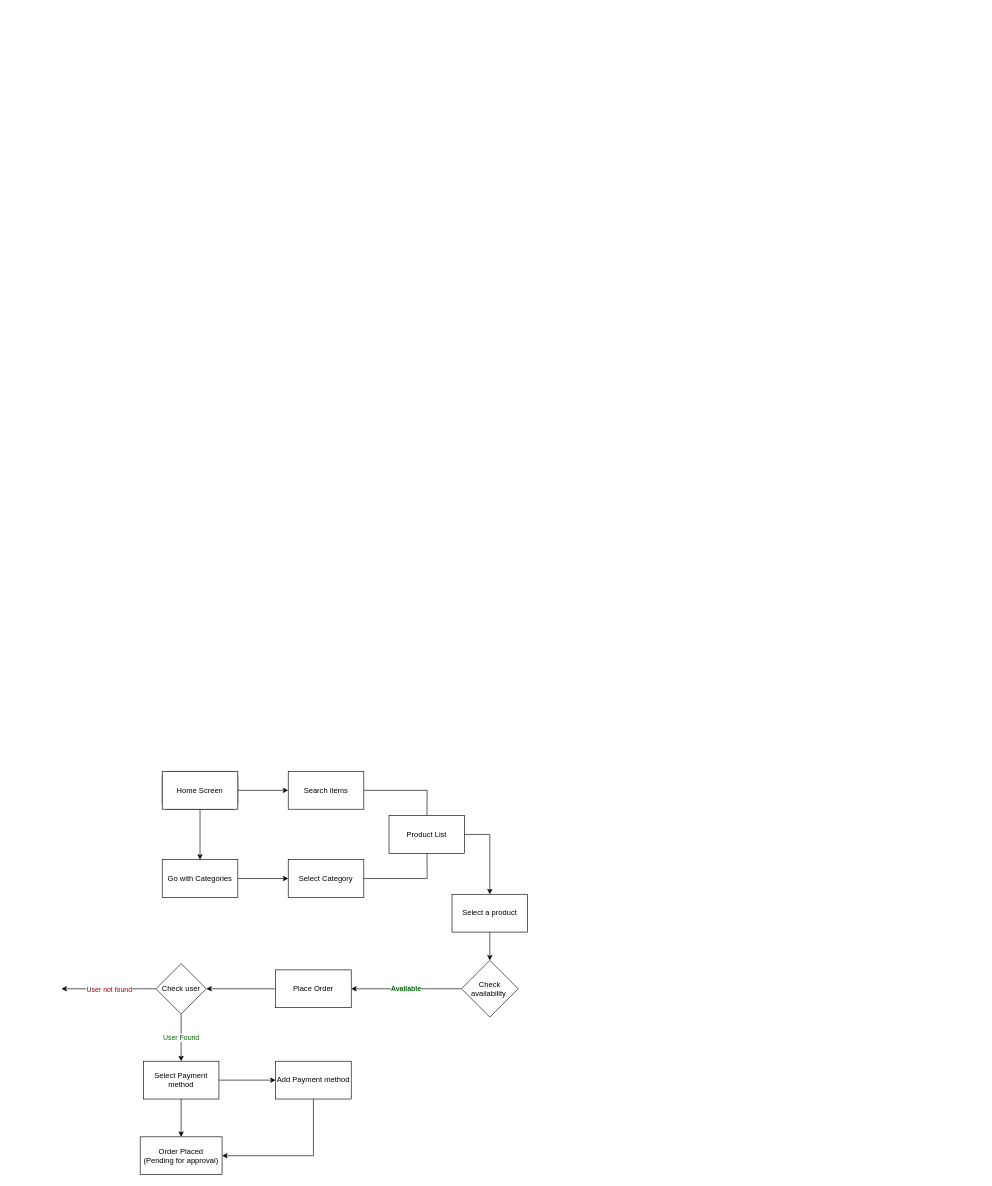
This is Rentlou.drawio from hmmujahid/Drawio, a draw.io file, before an edit. Source tidied: cells renumbered, new cells numbered last; positions are measured from the earlier drawing's top-left corner, leaving out a move shared by most shapes. Both pictures are drawn from the tidied source at 63%, with x=0, y=0 at pixel (61, 771).
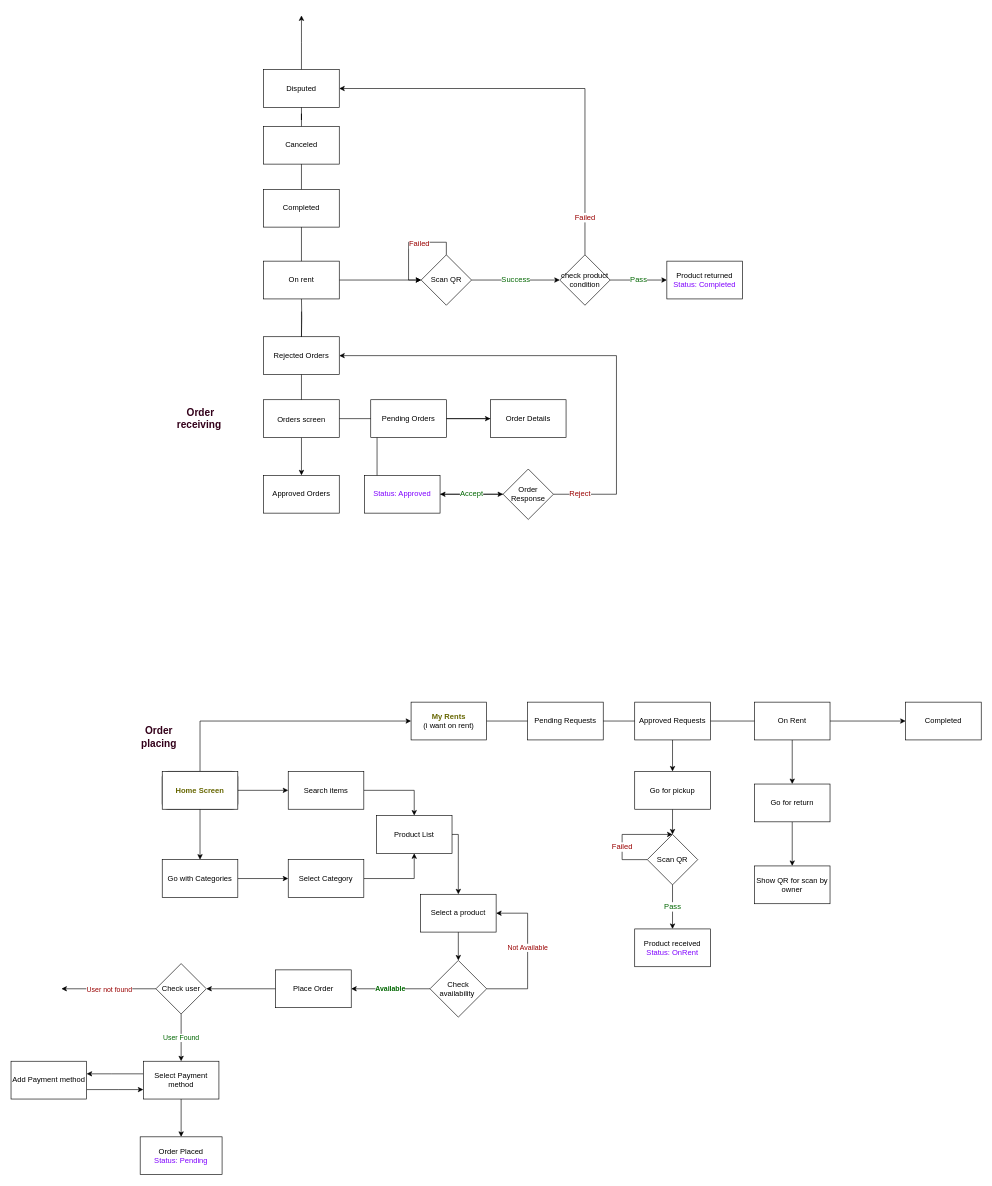
Above is the later version.

Unchanged cells that the change refers to:
```xml
<mxCell id="7" value="Search items" style="rounded=0;whiteSpace=wrap;html=1;" parent="1" vertex="1">
  <mxGeometry x="360" width="120" height="60" as="geometry" />
</mxCell>
<mxCell id="11" value="Select Category" style="whiteSpace=wrap;html=1;rounded=0;" parent="1" vertex="1">
  <mxGeometry x="360" y="140" width="120" height="60" as="geometry" />
</mxCell>
<mxCell id="26" value="&lt;font color=&quot;#000000&quot;&gt;Select Payment method&lt;/font&gt;" style="rounded=0;whiteSpace=wrap;html=1;fontColor=#006600;" parent="1" vertex="1">
  <mxGeometry x="130" y="460" width="120" height="60" as="geometry" />
</mxCell>
```

The edit, as a diff of the source:
```diff
@@
+    <mxCell id="30" style="edgeStyle=orthogonalEdgeStyle;rounded=0;jettySize=auto;html=1;fontSize=12;fontColor=#000000;strokeWidth=1;" parent="1" edge="1" source="5" target="48">
+      <mxGeometry relative="1" as="geometry">
+        <Array as="points">
+          <mxPoint x="220" y="-80" />
+        </Array>
+      </mxGeometry>
+    </mxCell>
-    <mxCell id="5" value="Home Screen" style="rounded=0;whiteSpace=wrap;html=1;" parent="1" vertex="1">
+    <mxCell id="5" value="&lt;b&gt;&lt;font color=&quot;#666600&quot;&gt;Home Screen&lt;/font&gt;&lt;/b&gt;" style="rounded=0;whiteSpace=wrap;html=1;" parent="1" vertex="1">
       <mxGeometry x="160" width="120" height="60" as="geometry" />
     </mxCell>
-    <mxCell id="6" style="edgeStyle=orthogonalEdgeStyle;rounded=0;jettySize=auto;html=1;" parent="1" edge="1" source="7">
-      <mxGeometry relative="1" as="geometry">
-        <mxPoint x="580" y="90" as="targetPoint" />
-      </mxGeometry>
+    <mxCell id="6" style="edgeStyle=orthogonalEdgeStyle;rounded=0;jettySize=auto;html=1;entryX=0.5;entryY=0;entryDx=0;entryDy=0;" parent="1" edge="1" source="7" target="16">
+      <mxGeometry relative="1" as="geometry" />
     </mxCell>
@@
-    <mxCell id="10" style="edgeStyle=orthogonalEdgeStyle;rounded=0;jettySize=auto;html=1;" parent="1" edge="1" source="11">
-      <mxGeometry relative="1" as="geometry">
-        <mxPoint x="580" y="90" as="targetPoint" />
-      </mxGeometry>
+    <mxCell id="10" style="edgeStyle=orthogonalEdgeStyle;rounded=0;jettySize=auto;html=1;entryX=0.5;entryY=1;entryDx=0;entryDy=0;" parent="1" edge="1" source="11" target="16">
+      <mxGeometry relative="1" as="geometry" />
     </mxCell>
@@
-    <mxCell id="12" style="edgeStyle=orthogonalEdgeStyle;rounded=0;jettySize=auto;html=1;" parent="1" edge="1" source="13" target="15">
+    <mxCell id="12" style="edgeStyle=orthogonalEdgeStyle;rounded=0;jettySize=auto;html=1;entryX=0.5;entryY=0;entryDx=0;entryDy=0;" parent="1" edge="1" source="13" target="15">
       <mxGeometry relative="1" as="geometry">
         <Array as="points">
-          <mxPoint x="580" y="100" />
-          <mxPoint x="680" y="100" />
+          <mxPoint x="560" y="100" />
+          <mxPoint x="630" y="100" />
         </Array>
       </mxGeometry>
     </mxCell>
     <mxCell id="13" style="shape=waypoint;sketch=0;size=6;points=[];fillColor=none;perimeter=centerPerimeter;snapToPoint=1;" parent="1" vertex="1">
-      <mxGeometry x="560" y="70" width="40" height="40" as="geometry" />
+      <mxGeometry x="540" y="70" width="40" height="40" as="geometry" />
     </mxCell>
@@
     <mxCell id="15" value="Select a product" style="rounded=0;whiteSpace=wrap;html=1;" parent="1" vertex="1">
-      <mxGeometry x="620" y="195" width="120" height="60" as="geometry" />
+      <mxGeometry x="570" y="195" width="120" height="60" as="geometry" />
     </mxCell>
     <mxCell id="16" value="Product List" style="rounded=0;whiteSpace=wrap;html=1;" parent="1" vertex="1">
-      <mxGeometry x="520" y="70" width="120" height="60" as="geometry" />
+      <mxGeometry x="500" y="70" width="120" height="60" as="geometry" />
     </mxCell>
@@
+    <mxCell id="31" value="&lt;font color=&quot;#990000&quot;&gt;Not Available&lt;/font&gt;" style="edgeStyle=orthogonalEdgeStyle;rounded=0;jettySize=auto;html=1;entryX=1;entryY=0.5;entryDx=0;entryDy=0;fontColor=#000000;" parent="1" edge="1" source="18" target="15">
+      <mxGeometry x="0.11" relative="1" as="geometry">
+        <Array as="points">
+          <mxPoint x="740" y="345" />
+          <mxPoint x="740" y="225" />
+        </Array>
+      </mxGeometry>
+    </mxCell>
     <mxCell id="18" value="Check availability&amp;nbsp;" style="rhombus;whiteSpace=wrap;html=1;" parent="1" vertex="1">
-      <mxGeometry x="635" y="300" width="90" height="90" as="geometry" />
+      <mxGeometry x="585" y="300" width="90" height="90" as="geometry" />
     </mxCell>
@@
     <mxCell id="25" style="edgeStyle=orthogonalEdgeStyle;rounded=0;jettySize=auto;html=1;fontColor=#000000;" parent="1" edge="1" source="26" target="29">
-      <mxGeometry relative="1" as="geometry" />
+      <mxGeometry relative="1" as="geometry">
+        <Array as="points">
+          <mxPoint x="80" y="480" />
+          <mxPoint x="80" y="480" />
+        </Array>
+      </mxGeometry>
     </mxCell>
@@
-    <mxCell id="27" value="Order Placed&lt;br&gt;(Pending for approval)" style="rounded=0;whiteSpace=wrap;html=1;fontColor=#000000;" parent="1" vertex="1">
+    <mxCell id="27" value="Order Placed&lt;br&gt;&lt;font color=&quot;#7f00ff&quot;&gt;Status: Pending&lt;/font&gt;" style="rounded=0;whiteSpace=wrap;html=1;fontColor=#000000;" parent="1" vertex="1">
       <mxGeometry x="125" y="580" width="130" height="60" as="geometry" />
     </mxCell>
-    <mxCell id="28" style="edgeStyle=orthogonalEdgeStyle;rounded=0;jettySize=auto;html=1;fontColor=#000000;entryX=1;entryY=0.5;entryDx=0;entryDy=0;" parent="1" edge="1" source="29" target="27">
-      <mxGeometry relative="1" as="geometry">
-        <Array as="points">
-          <mxPoint x="400" y="610" />
-        </Array>
-      </mxGeometry>
-    </mxCell>
+    <mxCell id="32" style="edgeStyle=orthogonalEdgeStyle;rounded=0;jettySize=auto;html=1;entryX=0;entryY=0.75;entryDx=0;entryDy=0;fontColor=#990000;" parent="1" edge="1" source="29" target="26">
+      <mxGeometry relative="1" as="geometry">
+        <Array as="points">
+          <mxPoint x="90" y="505" />
+          <mxPoint x="90" y="505" />
+        </Array>
+      </mxGeometry>
+    </mxCell>
     <mxCell id="29" value="Add Payment method" style="rounded=0;whiteSpace=wrap;html=1;fontColor=#000000;" parent="1" vertex="1">
-      <mxGeometry x="340" y="460" width="120" height="60" as="geometry" />
+      <mxGeometry x="-80" y="460" width="120" height="60" as="geometry" />
     </mxCell>
+    <mxCell id="33" value="&lt;font color=&quot;#33001a&quot;&gt;&lt;span style=&quot;font-size: 16px&quot;&gt;&lt;b&gt;Order placing&lt;/b&gt;&lt;/span&gt;&lt;/font&gt;" style="text;html=1;strokeColor=none;fillColor=none;align=center;verticalAlign=middle;whiteSpace=wrap;rounded=0;fontColor=#990000;" parent="1" vertex="1">
+      <mxGeometry x="125" y="-70" width="60" height="30" as="geometry" />
+    </mxCell>
+    <mxCell id="34" value="&lt;font color=&quot;#33001a&quot;&gt;&lt;b style=&quot;font-size: 16px&quot;&gt;Order &lt;/b&gt;&lt;b&gt;receiving&lt;/b&gt;&lt;b style=&quot;font-size: 16px&quot;&gt;&amp;nbsp;&lt;/b&gt;&lt;/font&gt;" style="text;html=1;strokeColor=none;fillColor=none;align=center;verticalAlign=middle;whiteSpace=wrap;rounded=0;fontColor=#33001A;fontSize=16;" parent="1" vertex="1">
+      <mxGeometry x="191" y="-575" width="60" height="30" as="geometry" />
+    </mxCell>
+    <mxCell id="35" style="edgeStyle=orthogonalEdgeStyle;rounded=0;jettySize=auto;html=1;fontSize=12;fontColor=#000000;strokeWidth=1;startArrow=none;" parent="1" edge="1" source="44" target="40">
+      <mxGeometry relative="1" as="geometry" />
+    </mxCell>
+    <mxCell id="36" style="edgeStyle=orthogonalEdgeStyle;rounded=0;jettySize=auto;html=1;fontSize=12;fontColor=#000000;strokeWidth=1;" parent="1" edge="1" source="38" target="46">
+      <mxGeometry relative="1" as="geometry" />
+    </mxCell>
+    <mxCell id="37" style="edgeStyle=orthogonalEdgeStyle;rounded=0;jettySize=auto;html=1;fontSize=12;fontColor=#000000;strokeWidth=1;startArrow=none;" parent="1" edge="1" source="68">
+      <mxGeometry relative="1" as="geometry">
+        <mxPoint x="381" y="-1200" as="targetPoint" />
+      </mxGeometry>
+    </mxCell>
+    <mxCell id="38" value="&lt;font style=&quot;font-size: 12px&quot; color=&quot;#000000&quot;&gt;Orders screen&lt;/font&gt;" style="rounded=0;whiteSpace=wrap;html=1;fontSize=16;fontColor=#33001A;" parent="1" vertex="1">
+      <mxGeometry x="321" y="-590" width="120" height="60" as="geometry" />
+    </mxCell>
+    <mxCell id="39" style="edgeStyle=orthogonalEdgeStyle;rounded=0;jettySize=auto;html=1;fontSize=12;fontColor=#000000;strokeWidth=1;" parent="1" edge="1" source="40" target="43">
+      <mxGeometry relative="1" as="geometry">
+        <Array as="points">
+          <mxPoint x="501" y="-560" />
+          <mxPoint x="501" y="-440" />
+        </Array>
+      </mxGeometry>
+    </mxCell>
+    <mxCell id="40" value="Order Details" style="rounded=0;whiteSpace=wrap;html=1;fontSize=12;fontColor=#000000;" parent="1" vertex="1">
+      <mxGeometry x="681" y="-590" width="120" height="60" as="geometry" />
+    </mxCell>
+    <mxCell id="41" value="&lt;font color=&quot;#990000&quot;&gt;Reject&lt;/font&gt;" style="edgeStyle=orthogonalEdgeStyle;rounded=0;jettySize=auto;html=1;fontSize=12;fontColor=#006600;strokeWidth=1;entryX=1;entryY=0.5;entryDx=0;entryDy=0;" parent="1" edge="1" source="43" target="58">
+      <mxGeometry x="-0.89" relative="1" as="geometry">
+        <Array as="points">
+          <mxPoint x="881" y="-440" />
+          <mxPoint x="881" y="-660" />
+        </Array>
+      </mxGeometry>
+    </mxCell>
+    <mxCell id="42" value="&lt;font color=&quot;#006600&quot;&gt;Accept&lt;/font&gt;" style="edgeStyle=orthogonalEdgeStyle;rounded=0;jettySize=auto;html=1;fontSize=12;fontColor=#7F00FF;strokeWidth=1;" parent="1" edge="1" source="43" target="87">
+      <mxGeometry relative="1" as="geometry" />
+    </mxCell>
+    <mxCell id="43" value="Order Response" style="rhombus;whiteSpace=wrap;html=1;fontSize=12;fontColor=#000000;" parent="1" vertex="1">
+      <mxGeometry x="701" y="-480" width="80" height="80" as="geometry" />
+    </mxCell>
+    <mxCell id="44" value="Pending Orders" style="rounded=0;whiteSpace=wrap;html=1;fontSize=12;fontColor=#000000;" parent="1" vertex="1">
+      <mxGeometry x="491" y="-590" width="120" height="60" as="geometry" />
+    </mxCell>
+    <mxCell id="45" style="edgeStyle=orthogonalEdgeStyle;rounded=0;jettySize=auto;html=1;fontSize=12;fontColor=#000000;strokeWidth=1;endArrow=none;" parent="1" edge="1" source="38" target="44">
+      <mxGeometry relative="1" as="geometry" />
+    </mxCell>
+    <mxCell id="46" value="Approved Orders" style="rounded=0;whiteSpace=wrap;html=1;fontSize=12;fontColor=#000000;" parent="1" vertex="1">
+      <mxGeometry x="321" y="-470" width="120" height="60" as="geometry" />
+    </mxCell>
+    <mxCell id="47" style="edgeStyle=orthogonalEdgeStyle;rounded=0;jettySize=auto;html=1;fontSize=12;fontColor=#000000;strokeWidth=1;startArrow=none;" parent="1" edge="1" source="53" target="49">
+      <mxGeometry relative="1" as="geometry" />
+    </mxCell>
+    <mxCell id="48" value="&lt;b&gt;&lt;font color=&quot;#666600&quot;&gt;My Rents&lt;br&gt;&lt;/font&gt;&lt;/b&gt;(i want on rent)" style="rounded=0;whiteSpace=wrap;html=1;fontSize=12;fontColor=#000000;" parent="1" vertex="1">
+      <mxGeometry x="555" y="-110" width="120" height="60" as="geometry" />
+    </mxCell>
+    <mxCell id="49" value="Completed" style="rounded=0;whiteSpace=wrap;html=1;fontSize=12;fontColor=#000000;" parent="1" vertex="1">
+      <mxGeometry x="1340" y="-110" width="120" height="60" as="geometry" />
+    </mxCell>
+    <mxCell id="50" value="Pending Requests" style="rounded=0;whiteSpace=wrap;html=1;fontSize=12;fontColor=#000000;" parent="1" vertex="1">
+      <mxGeometry x="740" y="-110" width="120" height="60" as="geometry" />
+    </mxCell>
+    <mxCell id="51" style="edgeStyle=orthogonalEdgeStyle;rounded=0;jettySize=auto;html=1;fontSize=12;fontColor=#000000;strokeWidth=1;endArrow=none;" parent="1" edge="1" source="48" target="50">
+      <mxGeometry relative="1" as="geometry" />
+    </mxCell>
+    <mxCell id="52" style="edgeStyle=orthogonalEdgeStyle;rounded=0;jettySize=auto;html=1;fontSize=12;fontColor=#000000;strokeWidth=1;" parent="1" edge="1" source="53" target="77">
+      <mxGeometry relative="1" as="geometry" />
+    </mxCell>
+    <mxCell id="53" value="On Rent" style="rounded=0;whiteSpace=wrap;html=1;fontSize=12;fontColor=#000000;" parent="1" vertex="1">
+      <mxGeometry x="1100" y="-110" width="120" height="60" as="geometry" />
+    </mxCell>
+    <mxCell id="54" style="edgeStyle=orthogonalEdgeStyle;rounded=0;jettySize=auto;html=1;fontSize=12;fontColor=#000000;strokeWidth=1;startArrow=none;endArrow=none;" parent="1" edge="1" source="56" target="53">
+      <mxGeometry relative="1" as="geometry" />
+    </mxCell>
+    <mxCell id="55" style="edgeStyle=orthogonalEdgeStyle;rounded=0;jettySize=auto;html=1;fontSize=12;fontColor=#000000;strokeWidth=1;" parent="1" edge="1" source="56" target="71">
+      <mxGeometry relative="1" as="geometry" />
+    </mxCell>
+    <mxCell id="56" value="Approved Requests" style="rounded=0;whiteSpace=wrap;html=1;fontSize=12;fontColor=#000000;" parent="1" vertex="1">
+      <mxGeometry x="910" y="-110" width="120" height="60" as="geometry" />
+    </mxCell>
+    <mxCell id="57" style="edgeStyle=orthogonalEdgeStyle;rounded=0;jettySize=auto;html=1;fontSize=12;fontColor=#000000;strokeWidth=1;startArrow=none;endArrow=none;" parent="1" edge="1" source="50" target="56">
+      <mxGeometry relative="1" as="geometry" />
+    </mxCell>
+    <mxCell id="58" value="Rejected Orders" style="rounded=0;whiteSpace=wrap;html=1;fontSize=12;fontColor=#000000;" parent="1" vertex="1">
+      <mxGeometry x="321" y="-690" width="120" height="60" as="geometry" />
+    </mxCell>
+    <mxCell id="59" style="edgeStyle=orthogonalEdgeStyle;rounded=0;jettySize=auto;html=1;fontSize=12;fontColor=#000000;strokeWidth=1;endArrow=none;" parent="1" edge="1" source="38" target="58">
+      <mxGeometry relative="1" as="geometry" />
+    </mxCell>
+    <mxCell id="60" style="edgeStyle=orthogonalEdgeStyle;rounded=0;jettySize=auto;html=1;fontSize=12;fontColor=#000000;strokeWidth=1;startArrow=none;endArrow=none;" parent="1" edge="1" source="58">
+      <mxGeometry relative="1" as="geometry">
+        <mxPoint x="381" y="-730" as="targetPoint" />
+      </mxGeometry>
+    </mxCell>
+    <mxCell id="61" style="edgeStyle=orthogonalEdgeStyle;rounded=0;jettySize=auto;html=1;fontSize=12;fontColor=#000000;strokeWidth=1;" parent="1" edge="1" source="62" target="80">
+      <mxGeometry relative="1" as="geometry" />
+    </mxCell>
+    <mxCell id="62" value="On rent" style="rounded=0;whiteSpace=wrap;html=1;fontSize=12;fontColor=#000000;" parent="1" vertex="1">
+      <mxGeometry x="321" y="-810" width="120" height="60" as="geometry" />
+    </mxCell>
+    <mxCell id="63" style="edgeStyle=orthogonalEdgeStyle;rounded=0;jettySize=auto;html=1;fontSize=12;fontColor=#000000;strokeWidth=1;startArrow=none;endArrow=none;" parent="1" edge="1" target="62">
+      <mxGeometry relative="1" as="geometry">
+        <mxPoint x="381" y="-690" as="sourcePoint" />
+      </mxGeometry>
+    </mxCell>
+    <mxCell id="64" value="Completed" style="rounded=0;whiteSpace=wrap;html=1;fontSize=12;fontColor=#000000;" parent="1" vertex="1">
+      <mxGeometry x="321" y="-924" width="120" height="60" as="geometry" />
+    </mxCell>
+    <mxCell id="65" style="edgeStyle=orthogonalEdgeStyle;rounded=0;jettySize=auto;html=1;fontSize=12;fontColor=#000000;strokeWidth=1;startArrow=none;endArrow=none;" parent="1" edge="1" source="62" target="64">
+      <mxGeometry relative="1" as="geometry" />
+    </mxCell>
+    <mxCell id="66" value="Canceled" style="rounded=0;whiteSpace=wrap;html=1;fontSize=12;fontColor=#000000;" parent="1" vertex="1">
+      <mxGeometry x="321" y="-1024" width="120" height="60" as="geometry" />
+    </mxCell>
+    <mxCell id="67" style="edgeStyle=orthogonalEdgeStyle;rounded=0;jettySize=auto;html=1;fontSize=12;fontColor=#000000;strokeWidth=1;startArrow=none;endArrow=none;" parent="1" edge="1" source="64" target="66">
+      <mxGeometry relative="1" as="geometry" />
+    </mxCell>
+    <mxCell id="68" value="Disputed" style="rounded=0;whiteSpace=wrap;html=1;fontSize=12;fontColor=#000000;" parent="1" vertex="1">
+      <mxGeometry x="321" y="-1114" width="120" height="60" as="geometry" />
+    </mxCell>
+    <mxCell id="69" style="edgeStyle=orthogonalEdgeStyle;rounded=0;jettySize=auto;html=1;fontSize=12;fontColor=#000000;strokeWidth=1;startArrow=none;endArrow=none;" parent="1" edge="1" source="66" target="68">
+      <mxGeometry relative="1" as="geometry" />
+    </mxCell>
+    <mxCell id="70" style="edgeStyle=orthogonalEdgeStyle;rounded=0;jettySize=auto;html=1;fontSize=12;fontColor=#000000;strokeWidth=1;" parent="1" edge="1" source="71" target="74">
+      <mxGeometry relative="1" as="geometry" />
+    </mxCell>
+    <mxCell id="71" value="Go for pickup" style="rounded=0;whiteSpace=wrap;html=1;fontSize=12;fontColor=#000000;" parent="1" vertex="1">
+      <mxGeometry x="910" width="120" height="60" as="geometry" />
+    </mxCell>
+    <mxCell id="72" value="&lt;font color=&quot;#006600&quot;&gt;Pass&lt;/font&gt;" style="edgeStyle=orthogonalEdgeStyle;rounded=0;jettySize=auto;html=1;fontSize=12;fontColor=#000000;strokeWidth=1;" parent="1" edge="1" source="74" target="75">
+      <mxGeometry relative="1" as="geometry" />
+    </mxCell>
+    <mxCell id="73" value="&lt;font color=&quot;#990000&quot;&gt;Failed&lt;/font&gt;" style="edgeStyle=orthogonalEdgeStyle;rounded=0;orthogonalLoop=1;jettySize=auto;html=1;fontSize=12;fontColor=#000000;strokeWidth=1;entryX=0.5;entryY=0;entryDx=0;entryDy=0;" parent="1" edge="1" source="74" target="74">
+      <mxGeometry x="-0.25" relative="1" as="geometry">
+        <Array as="points">
+          <mxPoint x="890" y="140" />
+          <mxPoint x="890" y="100" />
+        </Array>
+      </mxGeometry>
+    </mxCell>
+    <mxCell id="74" value="Scan QR" style="rhombus;whiteSpace=wrap;html=1;fontSize=12;fontColor=#000000;" parent="1" vertex="1">
+      <mxGeometry x="930" y="100" width="80" height="80" as="geometry" />
+    </mxCell>
+    <mxCell id="75" value="&lt;font color=&quot;#000000&quot;&gt;Product received&lt;/font&gt;&lt;br&gt;&lt;font color=&quot;#7f00ff&quot;&gt;Status: OnRent&lt;/font&gt;" style="rounded=0;whiteSpace=wrap;html=1;fontSize=12;fontColor=#006600;" parent="1" vertex="1">
+      <mxGeometry x="910" y="250" width="120" height="60" as="geometry" />
+    </mxCell>
+    <mxCell id="76" style="edgeStyle=orthogonalEdgeStyle;rounded=0;jettySize=auto;html=1;fontSize=12;fontColor=#000000;strokeWidth=1;" parent="1" edge="1" source="77" target="78">
+      <mxGeometry relative="1" as="geometry" />
+    </mxCell>
+    <mxCell id="77" value="Go for return" style="rounded=0;whiteSpace=wrap;html=1;fontSize=12;fontColor=#000000;" parent="1" vertex="1">
+      <mxGeometry x="1100" y="20" width="120" height="60" as="geometry" />
+    </mxCell>
+    <mxCell id="78" value="Show QR for scan by owner" style="rounded=0;whiteSpace=wrap;html=1;fontSize=12;fontColor=#000000;" parent="1" vertex="1">
+      <mxGeometry x="1100" y="150" width="120" height="60" as="geometry" />
+    </mxCell>
+    <mxCell id="79" value="&lt;font color=&quot;#006600&quot;&gt;Success&lt;/font&gt;" style="edgeStyle=orthogonalEdgeStyle;rounded=0;jettySize=auto;html=1;fontSize=12;fontColor=#000000;strokeWidth=1;" parent="1" edge="1" source="80" target="83">
+      <mxGeometry relative="1" as="geometry" />
+    </mxCell>
+    <mxCell id="80" value="Scan QR" style="rhombus;whiteSpace=wrap;html=1;fontSize=12;fontColor=#000000;" parent="1" vertex="1">
+      <mxGeometry x="571" y="-820" width="80" height="80" as="geometry" />
+    </mxCell>
+    <mxCell id="81" value="&lt;font color=&quot;#006600&quot;&gt;Pass&lt;/font&gt;" style="edgeStyle=orthogonalEdgeStyle;rounded=0;jettySize=auto;html=1;fontSize=12;fontColor=#000000;strokeWidth=1;" parent="1" edge="1" source="83" target="84">
+      <mxGeometry relative="1" as="geometry" />
+    </mxCell>
+    <mxCell id="82" value="&lt;font color=&quot;#990000&quot;&gt;Failed&lt;/font&gt;" style="edgeStyle=orthogonalEdgeStyle;rounded=0;jettySize=auto;html=1;fontSize=12;fontColor=#7F00FF;strokeWidth=1;entryX=1;entryY=0.5;entryDx=0;entryDy=0;" parent="1" edge="1" source="83" target="68">
+      <mxGeometry x="-0.82" relative="1" as="geometry">
+        <Array as="points">
+          <mxPoint x="831" y="-1084" />
+        </Array>
+      </mxGeometry>
+    </mxCell>
+    <mxCell id="83" value="check product condition" style="rhombus;whiteSpace=wrap;html=1;fontSize=12;fontColor=#000000;" parent="1" vertex="1">
+      <mxGeometry x="791" y="-820" width="80" height="80" as="geometry" />
+    </mxCell>
+    <mxCell id="84" value="Product returned&lt;br&gt;&lt;font color=&quot;#7f00ff&quot;&gt;Status: Completed&lt;/font&gt;" style="rounded=0;whiteSpace=wrap;html=1;fontSize=12;fontColor=#000000;" parent="1" vertex="1">
+      <mxGeometry x="961" y="-810" width="120" height="60" as="geometry" />
+    </mxCell>
+    <mxCell id="85" style="edgeStyle=orthogonalEdgeStyle;rounded=0;orthogonalLoop=1;jettySize=auto;html=1;entryX=0;entryY=0.5;entryDx=0;entryDy=0;fontSize=12;fontColor=#990000;strokeWidth=1;" parent="1" edge="1" source="80" target="80">
+      <mxGeometry relative="1" as="geometry">
+        <Array as="points">
+          <mxPoint x="611" y="-840" />
+          <mxPoint x="551" y="-840" />
+          <mxPoint x="551" y="-780" />
+        </Array>
+      </mxGeometry>
+    </mxCell>
+    <mxCell id="86" value="Failed" style="edgeLabel;html=1;align=center;verticalAlign=middle;fontSize=12;fontColor=#990000;" parent="85" vertex="1">
+      <mxGeometry x="-0.2" y="2" relative="1" as="geometry" />
+    </mxCell>
+    <mxCell id="87" value="Status: Approved" style="rounded=0;whiteSpace=wrap;html=1;fontSize=12;fontColor=#7F00FF;" parent="1" vertex="1">
+      <mxGeometry x="481" y="-470" width="120" height="60" as="geometry" />
+    </mxCell>
```
